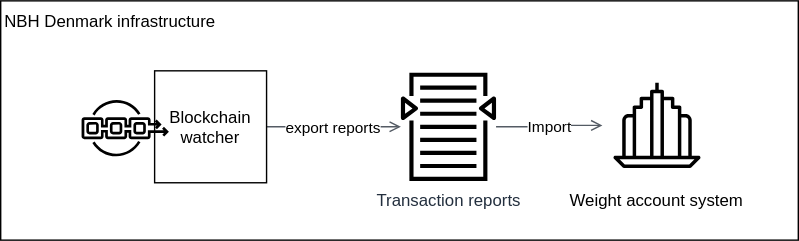
Above: specs/WeightAccountUpdates.svg in threefoldtechprojects/goldchain (draw.io), before the change. Source tidied: cells renumbered, new cells last; positions are measured from the earlier drawing's top-left corner, leaving out a move shared by most shapes.
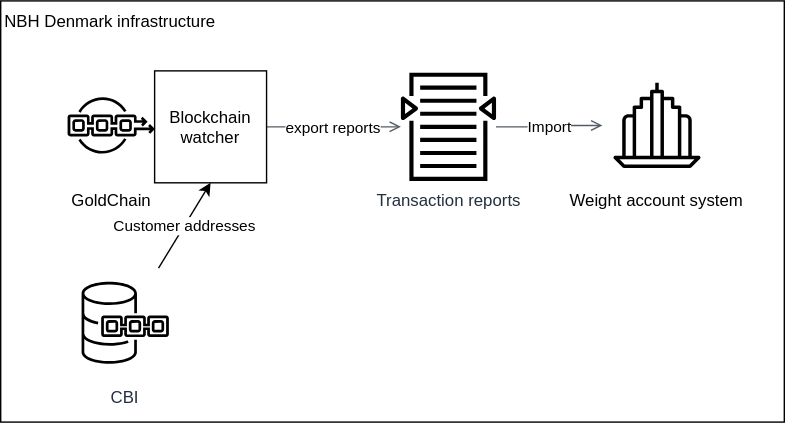
The same file after the commit.

Change to the diagram source:
```diff
@@ -3,10 +3,10 @@
     <mxCell id="0" />
     <mxCell id="1" parent="0" />
     <mxCell id="2" value="NBH Denmark infrastructure" style="rounded=0;whiteSpace=wrap;html=1;shadow=0;strokeColor=#000000;fillColor=none;gradientColor=#FFFF33;align=left;verticalAlign=top;" parent="1" vertex="1">
-      <mxGeometry width="570" height="171" as="geometry" />
+      <mxGeometry width="560" height="301" as="geometry" />
     </mxCell>
-    <mxCell id="3" style="gradientDirection=north;dashed=0;verticalLabelPosition=bottom;verticalAlign=top;align=center;html=1;fontSize=12;fontStyle=0;shape=mxgraph.aws4.resourceIcon;resIcon=mxgraph.aws4.managed_blockchain;" parent="1" vertex="1">
-      <mxGeometry x="50" y="52" width="78" height="78" as="geometry" />
+    <mxCell id="3" value="GoldChain&lt;br&gt;" style="gradientDirection=north;dashed=0;verticalLabelPosition=bottom;verticalAlign=top;align=center;html=1;fontSize=12;fontStyle=0;shape=mxgraph.aws4.resourceIcon;resIcon=mxgraph.aws4.managed_blockchain;" parent="1" vertex="1">
+      <mxGeometry x="40" y="50" width="78" height="78" as="geometry" />
     </mxCell>
     <mxCell id="4" value="Weight account system" style="outlineConnect=0;gradientDirection=north;dashed=0;verticalLabelPosition=bottom;verticalAlign=top;align=center;html=1;fontSize=12;fontStyle=0;shape=mxgraph.aws4.resourceIcon;resIcon=mxgraph.aws4.business_application;shadow=0;perimeterSpacing=0;fillColor=none;" parent="1" vertex="1">
       <mxGeometry x="430" y="50" width="78" height="78" as="geometry" />
@@ -23,5 +23,11 @@
     <mxCell id="8" value="Blockchain watcher" style="whiteSpace=wrap;html=1;shadow=0;strokeColor=#000000;fillColor=none;gradientColor=#FFFF33;" parent="1" vertex="1">
       <mxGeometry x="110" y="50" width="80" height="80" as="geometry" />
     </mxCell>
+    <mxCell id="9" value="CBI" style="outlineConnect=0;fontColor=#232F3E;gradientColor=#F78E04;gradientDirection=north;fillColor=none;strokeColor=#000000;dashed=0;verticalLabelPosition=bottom;verticalAlign=top;align=center;html=1;fontSize=12;fontStyle=0;shape=mxgraph.aws4.resourceIcon;resIcon=mxgraph.aws4.quantum_ledger_database;" parent="1" vertex="1">
+      <mxGeometry x="50" y="191" width="78" height="78" as="geometry" />
+    </mxCell>
+    <mxCell id="10" value="Customer addresses" style="endArrow=classic;html=1;entryX=0.5;entryY=1;entryDx=0;entryDy=0;" parent="1" edge="1" source="9" target="8">
+      <mxGeometry relative="1" as="geometry" />
+    </mxCell>
   </root>
 </mxGraphModel>
```
